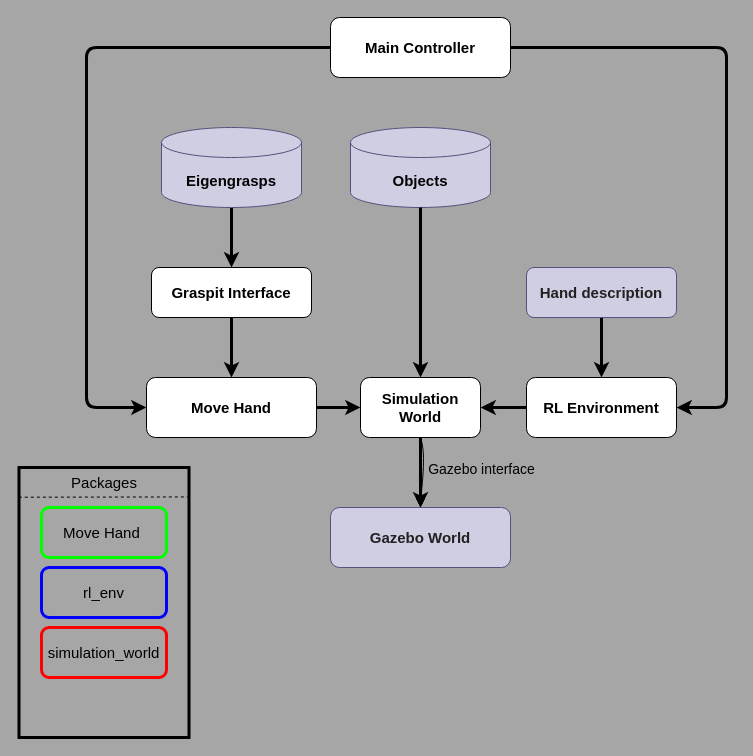
The draw.io diagram System_diagram.drawio in RoboticsAAU/hand_prosthesis_rl_control_pkgs, before the edit. Source tidied: cells renumbered, new cells numbered last; positions are measured from the earlier drawing's top-left corner, leaving out a move shared by most shapes. Both pictures are drawn from the tidied source at 100%, with x=0, y=0 at pixel (18, 17).
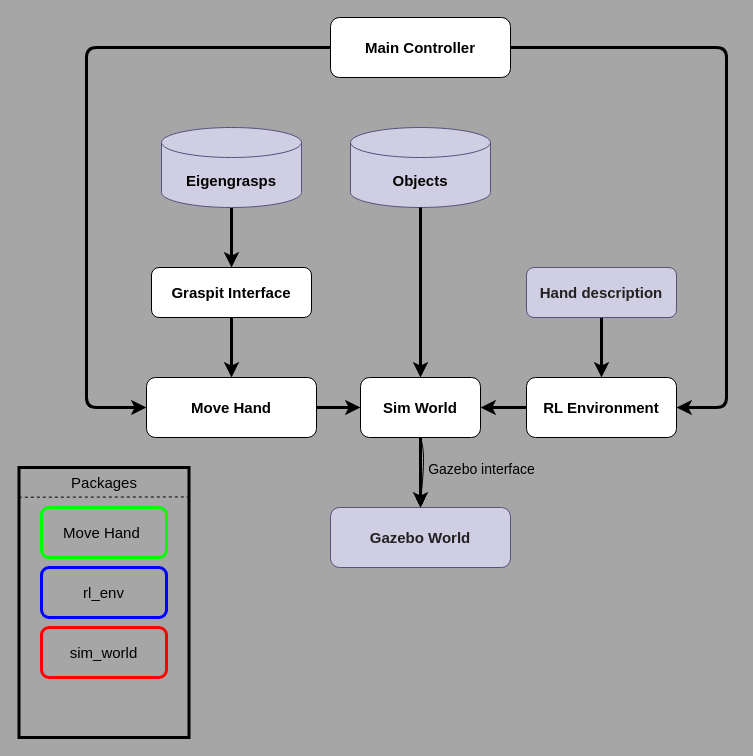
After the change.

What changed in the source:
```diff
@@
-    <mxCell id="11" value="&lt;span style=&quot;font-size: 15px;&quot;&gt;Simulation World&lt;/span&gt;" style="rounded=1;whiteSpace=wrap;html=1;fontStyle=1;" parent="1" vertex="1">
+    <mxCell id="11" value="&lt;span style=&quot;font-size: 15px;&quot;&gt;Sim World&lt;/span&gt;" style="rounded=1;whiteSpace=wrap;html=1;fontStyle=1;" parent="1" vertex="1">
       <mxGeometry x="342" y="360" width="120" height="60" as="geometry" />
     </mxCell>
@@
-    <mxCell id="27" value="simulation_world" style="rounded=1;whiteSpace=wrap;html=1;fontSize=15;perimeterSpacing=1;strokeWidth=3;fillColor=none;strokeColor=#FF0000;" parent="1" vertex="1">
+    <mxCell id="27" value="sim_world" style="rounded=1;whiteSpace=wrap;html=1;fontSize=15;perimeterSpacing=1;strokeWidth=3;fillColor=none;strokeColor=#FF0000;" parent="1" vertex="1">
       <mxGeometry x="23" y="610" width="125" height="50" as="geometry" />
     </mxCell>
```
